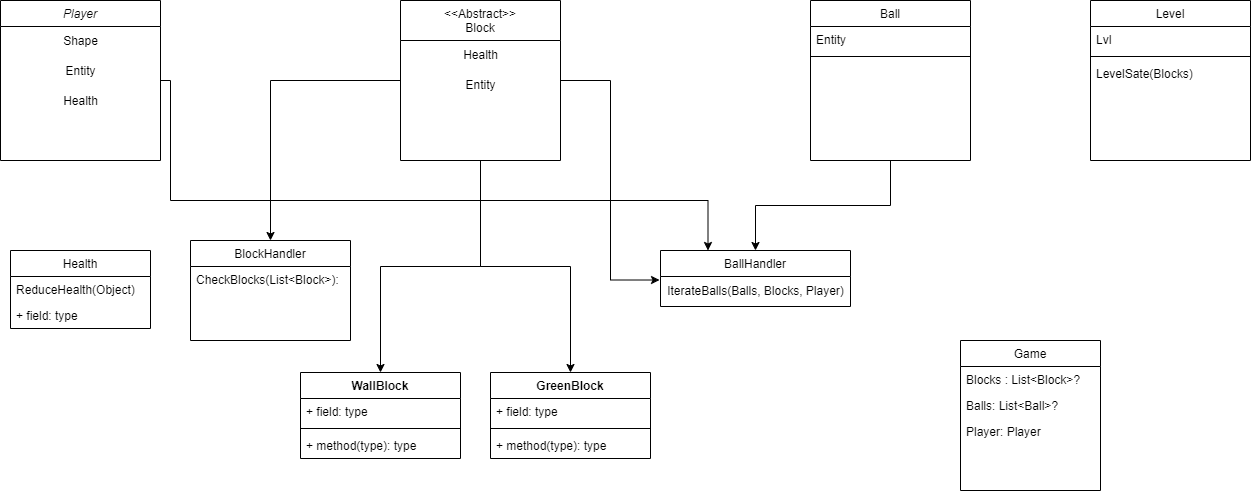
The draw.io diagram designAtario.png in ChristianMoe2ler/DIKUGames, before a commit. Source tidied: cells renumbered, new cells last; positions are measured from the earlier drawing's top-left corner, leaving out a move shared by most shapes.
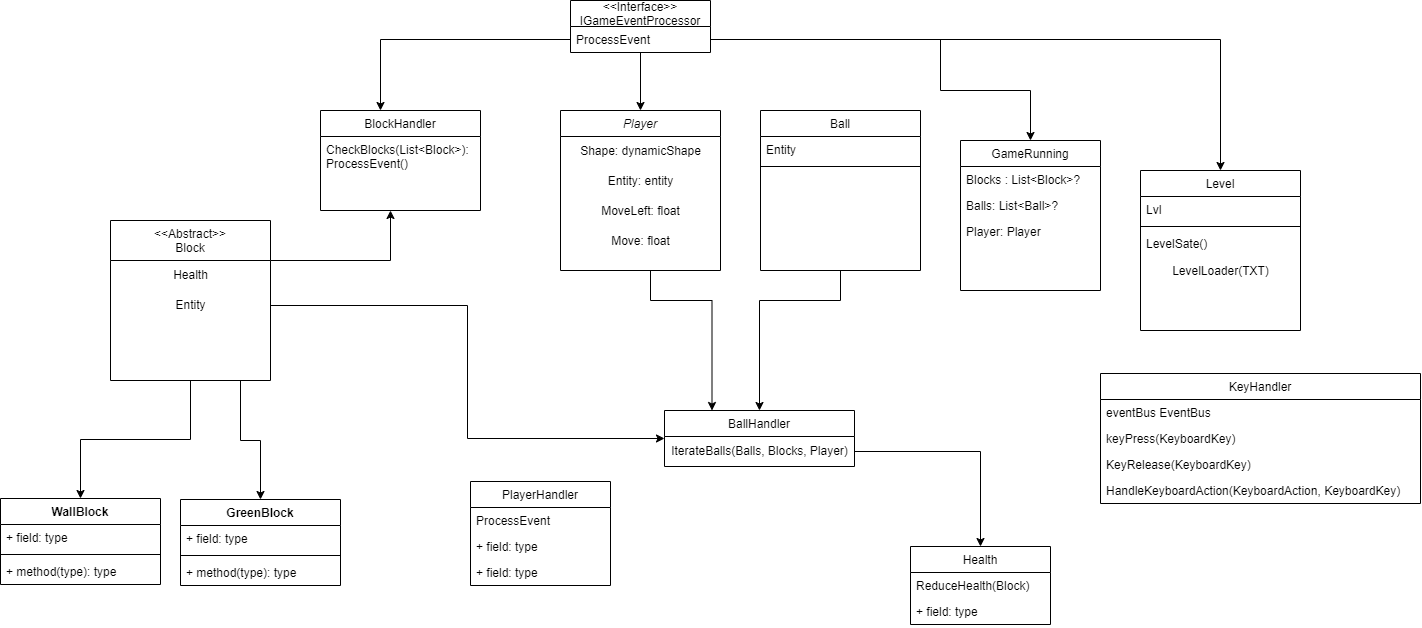
After the commit.

Diff of the diagram source:
```diff
@@ -5,49 +5,43 @@
     <mxCell id="2" style="edgeStyle=orthogonalEdgeStyle;rounded=0;jettySize=auto;html=1;entryX=0.25;entryY=0;entryDx=0;entryDy=0;" parent="1" edge="1" source="3" target="32">
       <mxGeometry relative="1" as="geometry">
         <Array as="points">
-          <mxPoint x="170" y="200" />
-          <mxPoint x="708" y="200" />
+          <mxPoint x="600" y="130" />
+          <mxPoint x="662" y="130" />
         </Array>
       </mxGeometry>
     </mxCell>
     <mxCell id="3" value="Player" style="swimlane;fontStyle=2;align=center;verticalAlign=top;horizontal=1;startSize=26;rounded=0;shadow=0;strokeWidth=1;" parent="1" vertex="1">
-      <mxGeometry width="160" height="160" as="geometry" />
+      <mxGeometry x="510" y="-60" width="160" height="160" as="geometry" />
     </mxCell>
-    <mxCell id="4" value="Shape" style="text;html=1;align=center;verticalAlign=middle;strokeColor=none;fillColor=none;" parent="3" vertex="1">
+    <mxCell id="4" value="Shape: dynamicShape" style="text;html=1;align=center;verticalAlign=middle;strokeColor=none;fillColor=none;" parent="3" vertex="1">
       <mxGeometry y="26" width="160" height="30" as="geometry" />
     </mxCell>
-    <mxCell id="5" value="Entity" style="text;html=1;align=center;verticalAlign=middle;strokeColor=none;fillColor=none;" parent="3" vertex="1">
+    <mxCell id="5" value="Entity: entity" style="text;html=1;align=center;verticalAlign=middle;strokeColor=none;fillColor=none;" parent="3" vertex="1">
       <mxGeometry y="56" width="160" height="30" as="geometry" />
     </mxCell>
-    <mxCell id="6" value="Health" style="text;html=1;align=center;verticalAlign=middle;strokeColor=none;fillColor=none;" parent="3" vertex="1">
+    <mxCell id="6" value="MoveLeft: float" style="text;html=1;align=center;verticalAlign=middle;strokeColor=none;fillColor=none;" parent="3" vertex="1">
       <mxGeometry y="86" width="160" height="30" as="geometry" />
     </mxCell>
-    <mxCell id="7" style="edgeStyle=orthogonalEdgeStyle;rounded=0;jettySize=auto;html=1;" parent="1" edge="1" source="11" target="22">
-      <mxGeometry relative="1" as="geometry" />
-    </mxCell>
-    <mxCell id="8" style="edgeStyle=orthogonalEdgeStyle;rounded=0;jettySize=auto;html=1;entryX=0.5;entryY=0;entryDx=0;entryDy=0;" parent="1" edge="1" source="11" target="26">
-      <mxGeometry relative="1" as="geometry" />
-    </mxCell>
-    <mxCell id="9" style="edgeStyle=orthogonalEdgeStyle;rounded=0;jettySize=auto;html=1;entryX=-0.005;entryY=0.117;entryDx=0;entryDy=0;entryPerimeter=0;" parent="1" edge="1" source="11" target="33">
-      <mxGeometry relative="1" as="geometry" />
-    </mxCell>
+    <mxCell id="41" value="Move: float" style="text;html=1;align=center;verticalAlign=middle;strokeColor=none;fillColor=none;" parent="3" vertex="1">
+      <mxGeometry y="116" width="160" height="30" as="geometry" />
+    </mxCell>
     <mxCell id="10" style="edgeStyle=orthogonalEdgeStyle;rounded=0;jettySize=auto;html=1;" parent="1" edge="1" source="11" target="30">
-      <mxGeometry relative="1" as="geometry" />
+      <mxGeometry relative="1" as="geometry">
+        <Array as="points">
+          <mxPoint x="340" y="90" />
+        </Array>
+      </mxGeometry>
     </mxCell>
-    <mxCell id="11" value="&lt;&lt;Abstract&gt;&gt;&#10;Block" style="swimlane;fontStyle=0;align=center;verticalAlign=top;horizontal=1;startSize=40;rounded=0;shadow=0;strokeWidth=1;" parent="1" vertex="1">
-      <mxGeometry x="400" width="160" height="160" as="geometry" />
-    </mxCell>
-    <mxCell id="12" value="Health" style="text;html=1;align=center;verticalAlign=middle;strokeColor=none;fillColor=none;" parent="11" vertex="1">
-      <mxGeometry y="40" width="160" height="30" as="geometry" />
-    </mxCell>
-    <mxCell id="13" value="Entity" style="text;html=1;align=center;verticalAlign=middle;points=[];strokeColor=none;fillColor=none;" parent="11" vertex="1">
-      <mxGeometry y="70" width="160" height="30" as="geometry" />
-    </mxCell>
     <mxCell id="14" style="edgeStyle=orthogonalEdgeStyle;rounded=0;jettySize=auto;html=1;entryX=0.5;entryY=0;entryDx=0;entryDy=0;" parent="1" edge="1" source="15" target="32">
-      <mxGeometry relative="1" as="geometry" />
+      <mxGeometry relative="1" as="geometry">
+        <Array as="points">
+          <mxPoint x="790" y="130" />
+          <mxPoint x="709" y="130" />
+        </Array>
+      </mxGeometry>
     </mxCell>
     <mxCell id="15" value="Ball" style="swimlane;fontStyle=0;align=center;verticalAlign=top;horizontal=1;startSize=26;rounded=0;shadow=0;strokeWidth=1;" parent="1" vertex="1">
-      <mxGeometry x="810" width="160" height="160" as="geometry" />
+      <mxGeometry x="710" y="-60" width="160" height="160" as="geometry" />
     </mxCell>
     <mxCell id="16" value="Entity " style="text;align=left;verticalAlign=top;spacingLeft=4;spacingRight=4;overflow=hidden;" parent="15" vertex="1">
       <mxGeometry y="26" width="160" height="26" as="geometry" />
@@ -64,11 +58,14 @@
     <mxCell id="20" style="line;html=1;strokeWidth=1;align=left;verticalAlign=middle;spacingTop=-1;spacingLeft=3;spacingRight=3;labelPosition=right;" parent="18" vertex="1">
       <mxGeometry y="52" width="160" height="8" as="geometry" />
     </mxCell>
-    <mxCell id="21" value="LevelSate(Blocks)" style="text;align=left;verticalAlign=top;spacingLeft=4;spacingRight=4;overflow=hidden;" parent="18" vertex="1">
+    <mxCell id="21" value="LevelSate()" style="text;align=left;verticalAlign=top;spacingLeft=4;spacingRight=4;overflow=hidden;" parent="18" vertex="1">
       <mxGeometry y="60" width="160" height="26" as="geometry" />
     </mxCell>
+    <mxCell id="42" value="LevelLoader(TXT)" style="text;html=1;align=center;verticalAlign=middle;strokeColor=none;fillColor=none;" parent="18" vertex="1">
+      <mxGeometry y="86" width="160" height="30" as="geometry" />
+    </mxCell>
     <mxCell id="22" value="WallBlock" style="swimlane;fontStyle=1;align=center;verticalAlign=top;horizontal=1;startSize=26;" parent="1" vertex="1">
-      <mxGeometry x="300" y="372" width="160" height="86" as="geometry" />
+      <mxGeometry x="-50" y="328" width="160" height="86" as="geometry" />
     </mxCell>
     <mxCell id="23" value="+ field: type" style="text;strokeColor=none;fillColor=none;align=left;verticalAlign=top;spacingLeft=4;spacingRight=4;overflow=hidden;" parent="22" vertex="1">
       <mxGeometry y="26" width="160" height="26" as="geometry" />
@@ -80,7 +77,7 @@
       <mxGeometry y="60" width="160" height="26" as="geometry" />
     </mxCell>
     <mxCell id="26" value="GreenBlock" style="swimlane;fontStyle=1;align=center;verticalAlign=top;horizontal=1;startSize=26;" parent="1" vertex="1">
-      <mxGeometry x="490" y="372" width="160" height="86" as="geometry" />
+      <mxGeometry x="130" y="329" width="160" height="86" as="geometry" />
     </mxCell>
     <mxCell id="27" value="+ field: type" style="text;strokeColor=none;fillColor=none;align=left;verticalAlign=top;spacingLeft=4;spacingRight=4;overflow=hidden;" parent="26" vertex="1">
       <mxGeometry y="26" width="160" height="26" as="geometry" />
@@ -92,19 +89,19 @@
       <mxGeometry y="60" width="160" height="26" as="geometry" />
     </mxCell>
     <mxCell id="30" value="BlockHandler" style="swimlane;fontStyle=0;horizontal=1;startSize=26;fillColor=none;" parent="1" vertex="1">
-      <mxGeometry x="190" y="240" width="160" height="100" as="geometry" />
+      <mxGeometry x="270" y="-60" width="160" height="100" as="geometry" />
     </mxCell>
-    <mxCell id="31" value="CheckBlocks(List&lt;Block&gt;): " style="text;strokeColor=none;fillColor=none;align=left;verticalAlign=top;spacingLeft=4;spacingRight=4;overflow=hidden;" parent="30" vertex="1">
+    <mxCell id="31" value="CheckBlocks(List&lt;Block&gt;): &#10;ProcessEvent()" style="text;strokeColor=none;fillColor=none;align=left;verticalAlign=top;spacingLeft=4;spacingRight=4;overflow=hidden;" parent="30" vertex="1">
       <mxGeometry y="26" width="160" height="74" as="geometry" />
     </mxCell>
     <mxCell id="32" value="BallHandler" style="swimlane;fontStyle=0;horizontal=1;startSize=26;fillColor=none;" parent="1" vertex="1">
-      <mxGeometry x="660" y="250" width="190" height="56" as="geometry" />
+      <mxGeometry x="614" y="240" width="190" height="56" as="geometry" />
     </mxCell>
     <mxCell id="33" value="IterateBalls(Balls, Blocks, Player)" style="text;html=1;align=center;verticalAlign=middle;points=[];strokeColor=none;fillColor=none;" parent="32" vertex="1">
       <mxGeometry y="26" width="190" height="30" as="geometry" />
     </mxCell>
-    <mxCell id="34" value="Game" style="swimlane;fontStyle=0;horizontal=1;startSize=26;fillColor=none;" parent="1" vertex="1">
-      <mxGeometry x="960" y="340" width="140" height="150" as="geometry" />
+    <mxCell id="34" value="GameRunning" style="swimlane;fontStyle=0;horizontal=1;startSize=26;fillColor=none;" parent="1" vertex="1">
+      <mxGeometry x="910" y="-30" width="140" height="150" as="geometry" />
     </mxCell>
     <mxCell id="35" value="Blocks : List&lt;Block&gt;?" style="text;strokeColor=none;fillColor=none;align=left;verticalAlign=top;spacingLeft=4;spacingRight=4;overflow=hidden;" parent="34" vertex="1">
       <mxGeometry y="26" width="140" height="26" as="geometry" />
@@ -116,13 +113,94 @@
       <mxGeometry y="78" width="140" height="72" as="geometry" />
     </mxCell>
     <mxCell id="38" value="Health" style="swimlane;fontStyle=0;horizontal=1;startSize=26;fillColor=none;" parent="1" vertex="1">
-      <mxGeometry x="10" y="250" width="140" height="78" as="geometry" />
+      <mxGeometry x="860" y="376" width="140" height="78" as="geometry" />
     </mxCell>
-    <mxCell id="39" value="ReduceHealth(Object)" style="text;strokeColor=none;fillColor=none;align=left;verticalAlign=top;spacingLeft=4;spacingRight=4;overflow=hidden;" parent="38" vertex="1">
+    <mxCell id="39" value="ReduceHealth(Block)" style="text;strokeColor=none;fillColor=none;align=left;verticalAlign=top;spacingLeft=4;spacingRight=4;overflow=hidden;" parent="38" vertex="1">
       <mxGeometry y="26" width="140" height="26" as="geometry" />
     </mxCell>
     <mxCell id="40" value="+ field: type" style="text;strokeColor=none;fillColor=none;align=left;verticalAlign=top;spacingLeft=4;spacingRight=4;overflow=hidden;" parent="38" vertex="1">
       <mxGeometry y="52" width="140" height="26" as="geometry" />
     </mxCell>
+    <mxCell id="43" style="edgeStyle=orthogonalEdgeStyle;rounded=0;jettySize=auto;html=1;entryX=0.5;entryY=0;entryDx=0;entryDy=0;" parent="1" edge="1" source="44" target="3">
+      <mxGeometry relative="1" as="geometry" />
+    </mxCell>
+    <mxCell id="44" value="&lt;&lt;Interface&gt;&gt;&#10;IGameEventProcessor" style="swimlane;fontStyle=0;horizontal=1;startSize=26;fillColor=none;" parent="1" vertex="1">
+      <mxGeometry x="520" y="-170" width="140" height="52" as="geometry" />
+    </mxCell>
+    <mxCell id="45" value="ProcessEvent" style="text;strokeColor=none;fillColor=none;align=left;verticalAlign=top;spacingLeft=4;spacingRight=4;overflow=hidden;points=[[0,0.5],[1,0.5]];portConstraint=eastwest;" parent="44" vertex="1">
+      <mxGeometry y="26" width="140" height="26" as="geometry" />
+    </mxCell>
+    <mxCell id="46" style="edgeStyle=orthogonalEdgeStyle;rounded=0;jettySize=auto;html=1;" parent="1" edge="1" source="45" target="30">
+      <mxGeometry relative="1" as="geometry">
+        <Array as="points">
+          <mxPoint x="330" y="-131" />
+        </Array>
+      </mxGeometry>
+    </mxCell>
+    <mxCell id="47" value="PlayerHandler" style="swimlane;fontStyle=0;horizontal=1;startSize=26;fillColor=none;" parent="1" vertex="1">
+      <mxGeometry x="420" y="311" width="140" height="104" as="geometry" />
+    </mxCell>
+    <mxCell id="48" value="ProcessEvent" style="text;strokeColor=none;fillColor=none;align=left;verticalAlign=top;spacingLeft=4;spacingRight=4;overflow=hidden;" parent="47" vertex="1">
+      <mxGeometry y="26" width="140" height="26" as="geometry" />
+    </mxCell>
+    <mxCell id="49" value="+ field: type" style="text;strokeColor=none;fillColor=none;align=left;verticalAlign=top;spacingLeft=4;spacingRight=4;overflow=hidden;" parent="47" vertex="1">
+      <mxGeometry y="52" width="140" height="26" as="geometry" />
+    </mxCell>
+    <mxCell id="50" value="+ field: type" style="text;strokeColor=none;fillColor=none;align=left;verticalAlign=top;spacingLeft=4;spacingRight=4;overflow=hidden;" parent="47" vertex="1">
+      <mxGeometry y="78" width="140" height="26" as="geometry" />
+    </mxCell>
+    <mxCell id="51" style="edgeStyle=orthogonalEdgeStyle;rounded=0;jettySize=auto;html=1;entryX=0.5;entryY=0;entryDx=0;entryDy=0;" parent="1" edge="1" source="45" target="18">
+      <mxGeometry relative="1" as="geometry" />
+    </mxCell>
+    <mxCell id="52" style="edgeStyle=orthogonalEdgeStyle;rounded=0;jettySize=auto;html=1;entryX=0.5;entryY=0;entryDx=0;entryDy=0;" parent="1" edge="1" source="45" target="34">
+      <mxGeometry relative="1" as="geometry">
+        <Array as="points">
+          <mxPoint x="890" y="-131" />
+          <mxPoint x="890" y="-80" />
+          <mxPoint x="980" y="-80" />
+        </Array>
+      </mxGeometry>
+    </mxCell>
+    <mxCell id="7" style="edgeStyle=orthogonalEdgeStyle;rounded=0;jettySize=auto;html=1;entryX=0.5;entryY=0;entryDx=0;entryDy=0;" parent="1" edge="1" source="11" target="22">
+      <mxGeometry relative="1" as="geometry" />
+    </mxCell>
+    <mxCell id="8" style="edgeStyle=orthogonalEdgeStyle;rounded=0;jettySize=auto;html=1;entryX=0.5;entryY=0;entryDx=0;entryDy=0;" parent="1" edge="1" source="11" target="26">
+      <mxGeometry relative="1" as="geometry">
+        <Array as="points">
+          <mxPoint x="190" y="270" />
+          <mxPoint x="210" y="270" />
+        </Array>
+      </mxGeometry>
+    </mxCell>
+    <mxCell id="11" value="&lt;&lt;Abstract&gt;&gt;&#10;Block" style="swimlane;fontStyle=0;align=center;verticalAlign=top;horizontal=1;startSize=40;rounded=0;shadow=0;strokeWidth=1;" parent="1" vertex="1">
+      <mxGeometry x="60" y="50" width="160" height="160" as="geometry" />
+    </mxCell>
+    <mxCell id="12" value="Health" style="text;html=1;align=center;verticalAlign=middle;strokeColor=none;fillColor=none;" parent="11" vertex="1">
+      <mxGeometry y="40" width="160" height="30" as="geometry" />
+    </mxCell>
+    <mxCell id="13" value="Entity" style="text;html=1;align=center;verticalAlign=middle;points=[];strokeColor=none;fillColor=none;" parent="11" vertex="1">
+      <mxGeometry y="70" width="160" height="30" as="geometry" />
+    </mxCell>
+    <mxCell id="53" style="edgeStyle=orthogonalEdgeStyle;rounded=0;jettySize=auto;html=1;entryX=0;entryY=0.5;entryDx=0;entryDy=0;" parent="1" edge="1" source="13" target="32">
+      <mxGeometry relative="1" as="geometry" />
+    </mxCell>
+    <mxCell id="54" style="edgeStyle=orthogonalEdgeStyle;rounded=0;jettySize=auto;html=1;entryX=0.5;entryY=0;entryDx=0;entryDy=0;" parent="1" edge="1" source="33" target="38">
+      <mxGeometry relative="1" as="geometry" />
+    </mxCell>
+    <mxCell id="55" value="KeyHandler" style="swimlane;fontStyle=0;horizontal=1;startSize=26;fillColor=none;" parent="1" vertex="1">
+      <mxGeometry x="1050" y="203" width="320" height="130" as="geometry" />
+    </mxCell>
+    <mxCell id="56" value="eventBus EventBus" style="text;strokeColor=none;fillColor=none;align=left;verticalAlign=top;spacingLeft=4;spacingRight=4;overflow=hidden;" parent="55" vertex="1">
+      <mxGeometry y="26" width="320" height="26" as="geometry" />
+    </mxCell>
+    <mxCell id="57" value="keyPress(KeyboardKey)" style="text;strokeColor=none;fillColor=none;align=left;verticalAlign=top;spacingLeft=4;spacingRight=4;overflow=hidden;" parent="55" vertex="1">
+      <mxGeometry y="52" width="320" height="26" as="geometry" />
+    </mxCell>
+    <mxCell id="58" value="KeyRelease(KeyboardKey)" style="text;strokeColor=none;fillColor=none;align=left;verticalAlign=top;spacingLeft=4;spacingRight=4;overflow=hidden;" parent="55" vertex="1">
+      <mxGeometry y="78" width="320" height="26" as="geometry" />
+    </mxCell>
+    <mxCell id="59" value="HandleKeyboardAction(KeyboardAction, KeyboardKey)" style="text;strokeColor=none;fillColor=none;align=left;verticalAlign=top;spacingLeft=4;spacingRight=4;overflow=hidden;" parent="55" vertex="1">
+      <mxGeometry y="104" width="320" height="26" as="geometry" />
+    </mxCell>
   </root>
 </mxGraphModel>
```
